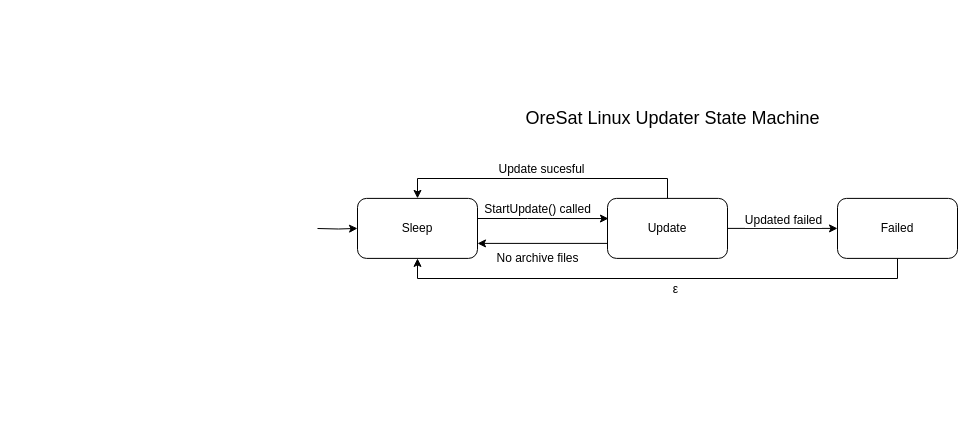
Earlier version of the draw.io diagram updater_onboard/UpdaterStateMachine.drawio (oresat/oresat-linux). Source tidied: cells renumbered, new cells numbered last; positions are measured from the earlier drawing's top-left corner, leaving out a move shared by most shapes. Both pictures are drawn from the tidied source at 100%, with x=0, y=0 at pixel (317, 108).
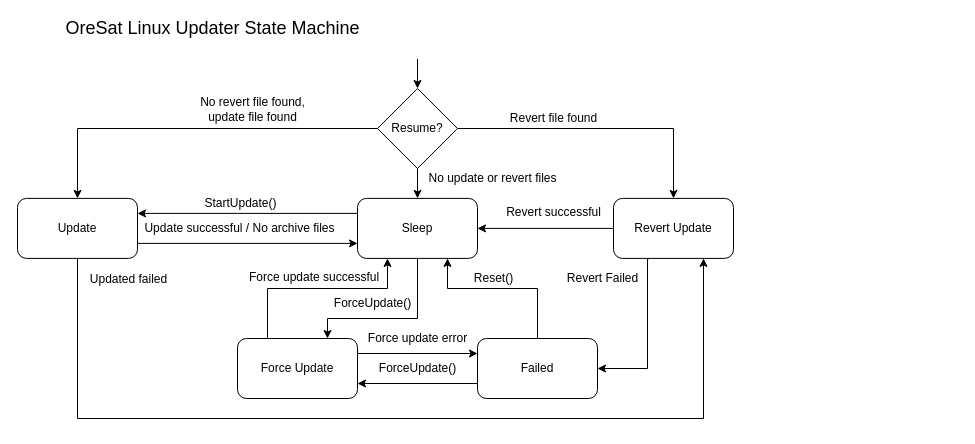
Above is the later version.

Commit message (it also covers changes not shown here):
new updater statemachine diagram

The change refers to these unchanged cells:
```xml
<mxCell id="4" value="Sleep" style="rounded=1;whiteSpace=wrap;html=1;" parent="1" vertex="1">
  <mxGeometry x="40" y="89.9" width="120" height="60" as="geometry" />
</mxCell>
```

Diff of the diagram source:
```diff
@@
-    <mxCell id="2" style="edgeStyle=orthogonalEdgeStyle;rounded=0;jettySize=auto;html=1;entryX=0.008;entryY=0.336;entryDx=0;entryDy=0;entryPerimeter=0;" parent="1" edge="1" source="4" target="10">
+    <mxCell id="2" style="edgeStyle=orthogonalEdgeStyle;rounded=0;jettySize=auto;html=1;exitX=0;exitY=0.25;exitDx=0;exitDy=0;entryX=1;entryY=0.25;entryDx=0;entryDy=0;" parent="1" edge="1" source="4" target="10">
       <mxGeometry relative="1" as="geometry">
         <Array as="points">
-          <mxPoint x="210" y="110" />
-          <mxPoint x="210" y="110" />
+          <mxPoint x="-80" y="105" />
+          <mxPoint x="-80" y="105" />
         </Array>
       </mxGeometry>
     </mxCell>
-    <mxCell id="3" value="StartUpdate() called" style="text;html=1;align=center;verticalAlign=middle;labelBackgroundColor=#ffffff;" parent="2" vertex="1">
+    <mxCell id="3" value="StartUpdate()" style="text;html=1;align=center;verticalAlign=middle;labelBackgroundColor=#ffffff;" parent="2" vertex="1">
       <mxGeometry x="0.39" y="-42" relative="1" as="geometry">
-        <mxPoint x="-31.7" y="-51.9" as="offset" />
+        <mxPoint x="35.3" y="31.1" as="offset" />
       </mxGeometry>
     </mxCell>
+    <mxCell id="17" style="edgeStyle=orthogonalEdgeStyle;rounded=0;jettySize=auto;html=1;entryX=0.75;entryY=0;entryDx=0;entryDy=0;" parent="1" edge="1" source="4" target="34">
+      <mxGeometry relative="1" as="geometry">
+        <Array as="points">
+          <mxPoint x="100" y="210" />
+          <mxPoint x="10" y="210" />
+        </Array>
+      </mxGeometry>
+    </mxCell>
@@
-    <mxCell id="5" style="edgeStyle=orthogonalEdgeStyle;rounded=0;jettySize=auto;html=1;" parent="1" edge="1" target="4">
-      <mxGeometry relative="1" as="geometry">
-        <mxPoint y="120" as="sourcePoint" />
-      </mxGeometry>
-    </mxCell>
-    <mxCell id="6" style="edgeStyle=orthogonalEdgeStyle;rounded=0;jettySize=auto;html=1;entryX=0;entryY=0.5;entryDx=0;entryDy=0;" parent="1" edge="1" source="10" target="13">
+    <mxCell id="6" style="edgeStyle=orthogonalEdgeStyle;rounded=0;jettySize=auto;html=1;entryX=0.75;entryY=1;entryDx=0;entryDy=0;" parent="1" edge="1" source="10" target="24">
       <mxGeometry relative="1" as="geometry">
         <Array as="points">
-          <mxPoint x="520" y="120" />
-          <mxPoint x="520" y="120" />
+          <mxPoint x="-240" y="310" />
+          <mxPoint x="386" y="310" />
         </Array>
       </mxGeometry>
     </mxCell>
     <mxCell id="7" value="Updated failed" style="text;html=1;align=center;verticalAlign=middle;labelBackgroundColor=#ffffff;" parent="6" vertex="1">
       <mxGeometry x="0.09" y="-1" relative="1" as="geometry">
-        <mxPoint x="-4.9" y="-9.1" as="offset" />
+        <mxPoint x="-305.2" y="-141" as="offset" />
       </mxGeometry>
     </mxCell>
-    <mxCell id="8" style="edgeStyle=orthogonalEdgeStyle;rounded=0;jettySize=auto;html=1;entryX=0.5;entryY=0;entryDx=0;entryDy=0;" parent="1" edge="1" source="10" target="4">
-      <mxGeometry relative="1" as="geometry">
-        <Array as="points">
-          <mxPoint x="350" y="70" />
-          <mxPoint x="100" y="70" />
-        </Array>
-      </mxGeometry>
-    </mxCell>
-    <mxCell id="9" value="Update sucesful " style="text;html=1;align=center;verticalAlign=middle;labelBackgroundColor=#ffffff;" parent="8" vertex="1">
-      <mxGeometry x="0.02" y="-1" relative="1" as="geometry">
-        <mxPoint x="1.9" y="-8.9" as="offset" />
-      </mxGeometry>
-    </mxCell>
     <mxCell id="10" value="Update" style="rounded=1;whiteSpace=wrap;html=1;" parent="1" vertex="1">
-      <mxGeometry x="290" y="89.9" width="120" height="60" as="geometry" />
+      <mxGeometry x="-300" y="89.9" width="120" height="60" as="geometry" />
     </mxCell>
-    <mxCell id="11" style="edgeStyle=orthogonalEdgeStyle;rounded=0;jettySize=auto;html=1;entryX=0.5;entryY=1;entryDx=0;entryDy=0;exitX=0.5;exitY=1;exitDx=0;exitDy=0;" parent="1" edge="1" source="13" target="4">
+    <mxCell id="11" style="edgeStyle=orthogonalEdgeStyle;rounded=0;jettySize=auto;html=1;entryX=0.75;entryY=1;entryDx=0;entryDy=0;exitX=0.5;exitY=0;exitDx=0;exitDy=0;" parent="1" edge="1" source="13" target="4">
       <mxGeometry relative="1" as="geometry">
         <Array as="points">
-          <mxPoint x="580" y="170" />
-          <mxPoint x="100" y="170" />
+          <mxPoint x="220" y="180" />
+          <mxPoint x="130" y="180" />
         </Array>
       </mxGeometry>
     </mxCell>
-    <mxCell id="12" value="&lt;span title=&quot;Greek language text&quot; lang=&quot;el&quot;&gt;ε&lt;/span&gt;" style="text;html=1;align=center;verticalAlign=middle;labelBackgroundColor=#ffffff;" parent="11" vertex="1">
+    <mxCell id="12" value="&lt;span title=&quot;Greek language text&quot; lang=&quot;el&quot;&gt;Reset()&lt;/span&gt;" style="text;html=1;align=center;verticalAlign=middle;labelBackgroundColor=#ffffff;" parent="11" vertex="1">
       <mxGeometry x="-0.45" y="-1" relative="1" as="geometry">
-        <mxPoint x="-99.4" y="11.1" as="offset" />
+        <mxPoint x="-46" y="-13.3" as="offset" />
       </mxGeometry>
     </mxCell>
+    <mxCell id="18" style="edgeStyle=orthogonalEdgeStyle;rounded=0;jettySize=auto;html=1;entryX=1;entryY=0.75;entryDx=0;entryDy=0;exitX=0;exitY=0.75;exitDx=0;exitDy=0;" parent="1" edge="1" source="13" target="34">
+      <mxGeometry relative="1" as="geometry" />
+    </mxCell>
     <mxCell id="13" value="Failed" style="rounded=1;whiteSpace=wrap;html=1;" parent="1" vertex="1">
-      <mxGeometry x="520" y="89.9" width="120" height="60" as="geometry" />
+      <mxGeometry x="160" y="230" width="120" height="60" as="geometry" />
     </mxCell>
-    <mxCell id="14" style="endArrow=classic;html=1;exitX=0;exitY=0.75;exitDx=0;exitDy=0;entryX=1;entryY=0.75;entryDx=0;entryDy=0;" parent="1" edge="1" source="10" target="4">
+    <mxCell id="14" style="endArrow=classic;html=1;exitX=1;exitY=0.75;exitDx=0;exitDy=0;entryX=0;entryY=0.75;entryDx=0;entryDy=0;" parent="1" edge="1" source="10" target="4">
       <mxGeometry relative="1" as="geometry" />
     </mxCell>
-    <mxCell id="15" value="No archive files" style="text;html=1;align=center;verticalAlign=middle;labelBackgroundColor=#ffffff;" parent="14" vertex="1">
+    <mxCell id="15" value="No revert file found, &lt;br&gt;update file found" style="text;html=1;align=center;verticalAlign=middle;labelBackgroundColor=#ffffff;" parent="14" vertex="1">
       <mxGeometry x="0.21" y="1" relative="1" as="geometry">
-        <mxPoint x="8.9" y="14" as="offset" />
+        <mxPoint x="-18.7" y="-133.9" as="offset" />
       </mxGeometry>
     </mxCell>
     <mxCell id="16" value="&lt;font style=&quot;font-size: 18px&quot;&gt;OreSat Linux Updater State Machine&lt;/font&gt;" style="text;html=1;align=center;verticalAlign=middle;" parent="1" vertex="1">
-      <mxGeometry x="200" width="310" height="20" as="geometry" />
+      <mxGeometry x="-260" y="-90" width="310" height="20" as="geometry" />
     </mxCell>
+    <mxCell id="19" style="edgeStyle=orthogonalEdgeStyle;rounded=0;jettySize=auto;html=1;exitX=1;exitY=0.5;exitDx=0;exitDy=0;" parent="1" edge="1" source="38" target="24">
+      <mxGeometry relative="1" as="geometry" />
+    </mxCell>
+    <mxCell id="20" style="edgeStyle=orthogonalEdgeStyle;rounded=0;jettySize=auto;html=1;exitX=0.5;exitY=1;exitDx=0;exitDy=0;" parent="1" edge="1" source="38" target="4">
+      <mxGeometry relative="1" as="geometry" />
+    </mxCell>
+    <mxCell id="21" style="edgeStyle=orthogonalEdgeStyle;rounded=0;jettySize=auto;html=1;entryX=0.5;entryY=0;entryDx=0;entryDy=0;exitX=0;exitY=0.5;exitDx=0;exitDy=0;" parent="1" edge="1" source="38" target="10">
+      <mxGeometry relative="1" as="geometry">
+        <Array as="points">
+          <mxPoint x="-240" y="20" />
+        </Array>
+      </mxGeometry>
+    </mxCell>
+    <mxCell id="22" style="edgeStyle=orthogonalEdgeStyle;rounded=0;jettySize=auto;html=1;exitX=0.294;exitY=1.008;exitDx=0;exitDy=0;entryX=1;entryY=0.5;entryDx=0;entryDy=0;exitPerimeter=0;" parent="1" edge="1" source="24" target="13">
+      <mxGeometry relative="1" as="geometry">
+        <Array as="points">
+          <mxPoint x="330" y="150" />
+          <mxPoint x="330" y="260" />
+        </Array>
+      </mxGeometry>
+    </mxCell>
+    <mxCell id="23" style="edgeStyle=orthogonalEdgeStyle;rounded=0;jettySize=auto;html=1;" parent="1" edge="1" source="24" target="4">
+      <mxGeometry relative="1" as="geometry" />
+    </mxCell>
+    <mxCell id="24" value="Revert Update" style="rounded=1;whiteSpace=wrap;html=1;" parent="1" vertex="1">
+      <mxGeometry x="296" y="89.9" width="120" height="60" as="geometry" />
+    </mxCell>
+    <mxCell id="25" value="Revert Failed" style="text;html=1;align=center;verticalAlign=middle;" parent="1" vertex="1">
+      <mxGeometry x="240" y="160" width="90" height="20" as="geometry" />
+    </mxCell>
+    <mxCell id="26" value="Update successful / No archive files" style="text;html=1;align=center;verticalAlign=middle;labelBackgroundColor=#ffffff;" parent="1" vertex="1">
+      <mxGeometry x="-80" y="170" as="geometry">
+        <mxPoint x="1.9" y="-51" as="offset" />
+      </mxGeometry>
+    </mxCell>
+    <mxCell id="27" value="Revert successful" style="text;html=1;align=center;verticalAlign=middle;" parent="1" vertex="1">
+      <mxGeometry x="181" y="94" width="110" height="20" as="geometry" />
+    </mxCell>
+    <mxCell id="28" value="Revert file found" style="text;html=1;align=center;verticalAlign=middle;" parent="1" vertex="1">
+      <mxGeometry x="181" width="110" height="20" as="geometry" />
+    </mxCell>
+    <mxCell id="29" style="edgeStyle=orthogonalEdgeStyle;rounded=0;jettySize=auto;html=1;entryX=0.5;entryY=0;entryDx=0;entryDy=0;" parent="1" edge="1" source="30" target="38">
+      <mxGeometry relative="1" as="geometry" />
+    </mxCell>
+    <mxCell id="30" style="rounded=1;whiteSpace=wrap;html=1;strokeColor=#FFFFFF;" parent="1" vertex="1">
+      <mxGeometry x="40" y="-70" width="120" height="20" as="geometry" />
+    </mxCell>
+    <mxCell id="31" value="No update or revert files" style="text;html=1;align=center;verticalAlign=middle;" parent="1" vertex="1">
+      <mxGeometry x="100" y="60" width="150" height="20" as="geometry" />
+    </mxCell>
+    <mxCell id="32" style="edgeStyle=orthogonalEdgeStyle;rounded=0;jettySize=auto;html=1;entryX=0;entryY=0.25;entryDx=0;entryDy=0;exitX=1;exitY=0.25;exitDx=0;exitDy=0;" parent="1" edge="1" source="34" target="13">
+      <mxGeometry relative="1" as="geometry" />
+    </mxCell>
+    <mxCell id="33" style="edgeStyle=orthogonalEdgeStyle;rounded=0;jettySize=auto;html=1;entryX=0.25;entryY=1;entryDx=0;entryDy=0;exitX=0.25;exitY=0;exitDx=0;exitDy=0;" parent="1" edge="1" source="34" target="4">
+      <mxGeometry relative="1" as="geometry">
+        <Array as="points">
+          <mxPoint x="-50" y="180" />
+          <mxPoint x="70" y="180" />
+        </Array>
+      </mxGeometry>
+    </mxCell>
+    <mxCell id="34" value="Force Update" style="rounded=1;whiteSpace=wrap;html=1;strokeColor=#000000;" parent="1" vertex="1">
+      <mxGeometry x="-80" y="230" width="120" height="60" as="geometry" />
+    </mxCell>
+    <mxCell id="35" value="Force update successful" style="text;html=1;" parent="1" vertex="1">
+      <mxGeometry x="-70" y="155" width="120" height="30" as="geometry" />
+    </mxCell>
+    <mxCell id="36" value="Force update error" style="text;html=1;align=center;verticalAlign=middle;" parent="1" vertex="1">
+      <mxGeometry x="40" y="220" width="120" height="20" as="geometry" />
+    </mxCell>
+    <mxCell id="37" value="ForceUpdate()" style="text;html=1;align=center;verticalAlign=middle;" parent="1" vertex="1">
+      <mxGeometry x="10" y="185" width="90" height="20" as="geometry" />
+    </mxCell>
+    <mxCell id="38" value="Resume?" style="rhombus;whiteSpace=wrap;html=1;strokeColor=#000000;" parent="1" vertex="1">
+      <mxGeometry x="60" y="-20" width="80" height="80" as="geometry" />
+    </mxCell>
+    <mxCell id="39" value="ForceUpdate()" style="text;html=1;align=center;verticalAlign=middle;" parent="1" vertex="1">
+      <mxGeometry x="55" y="250" width="90" height="20" as="geometry" />
+    </mxCell>
```
